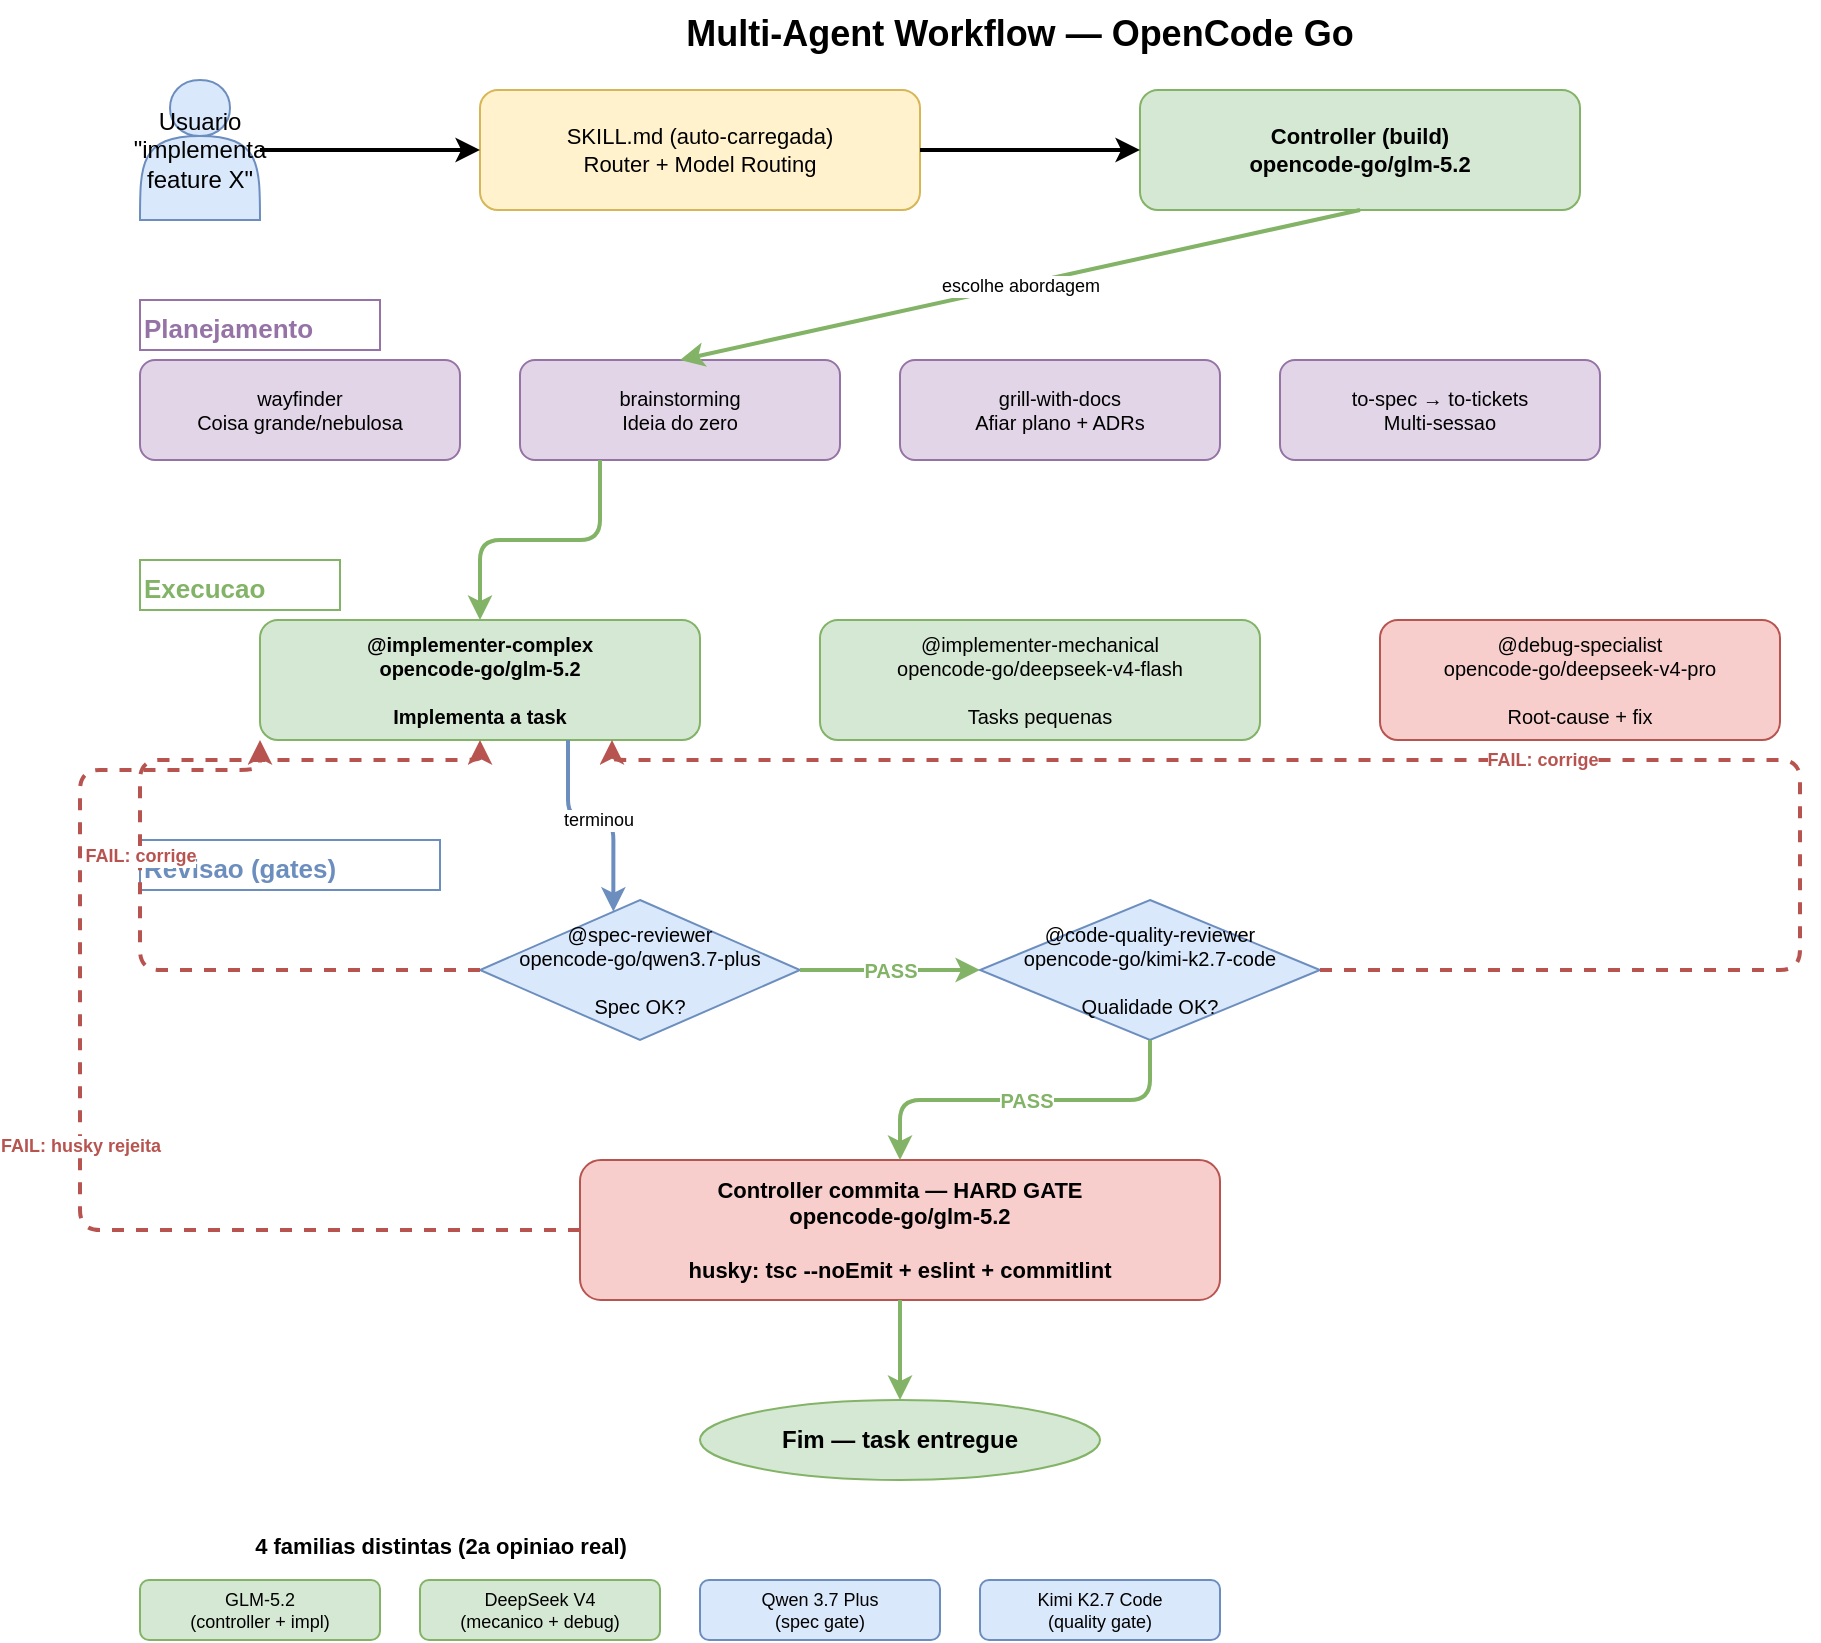
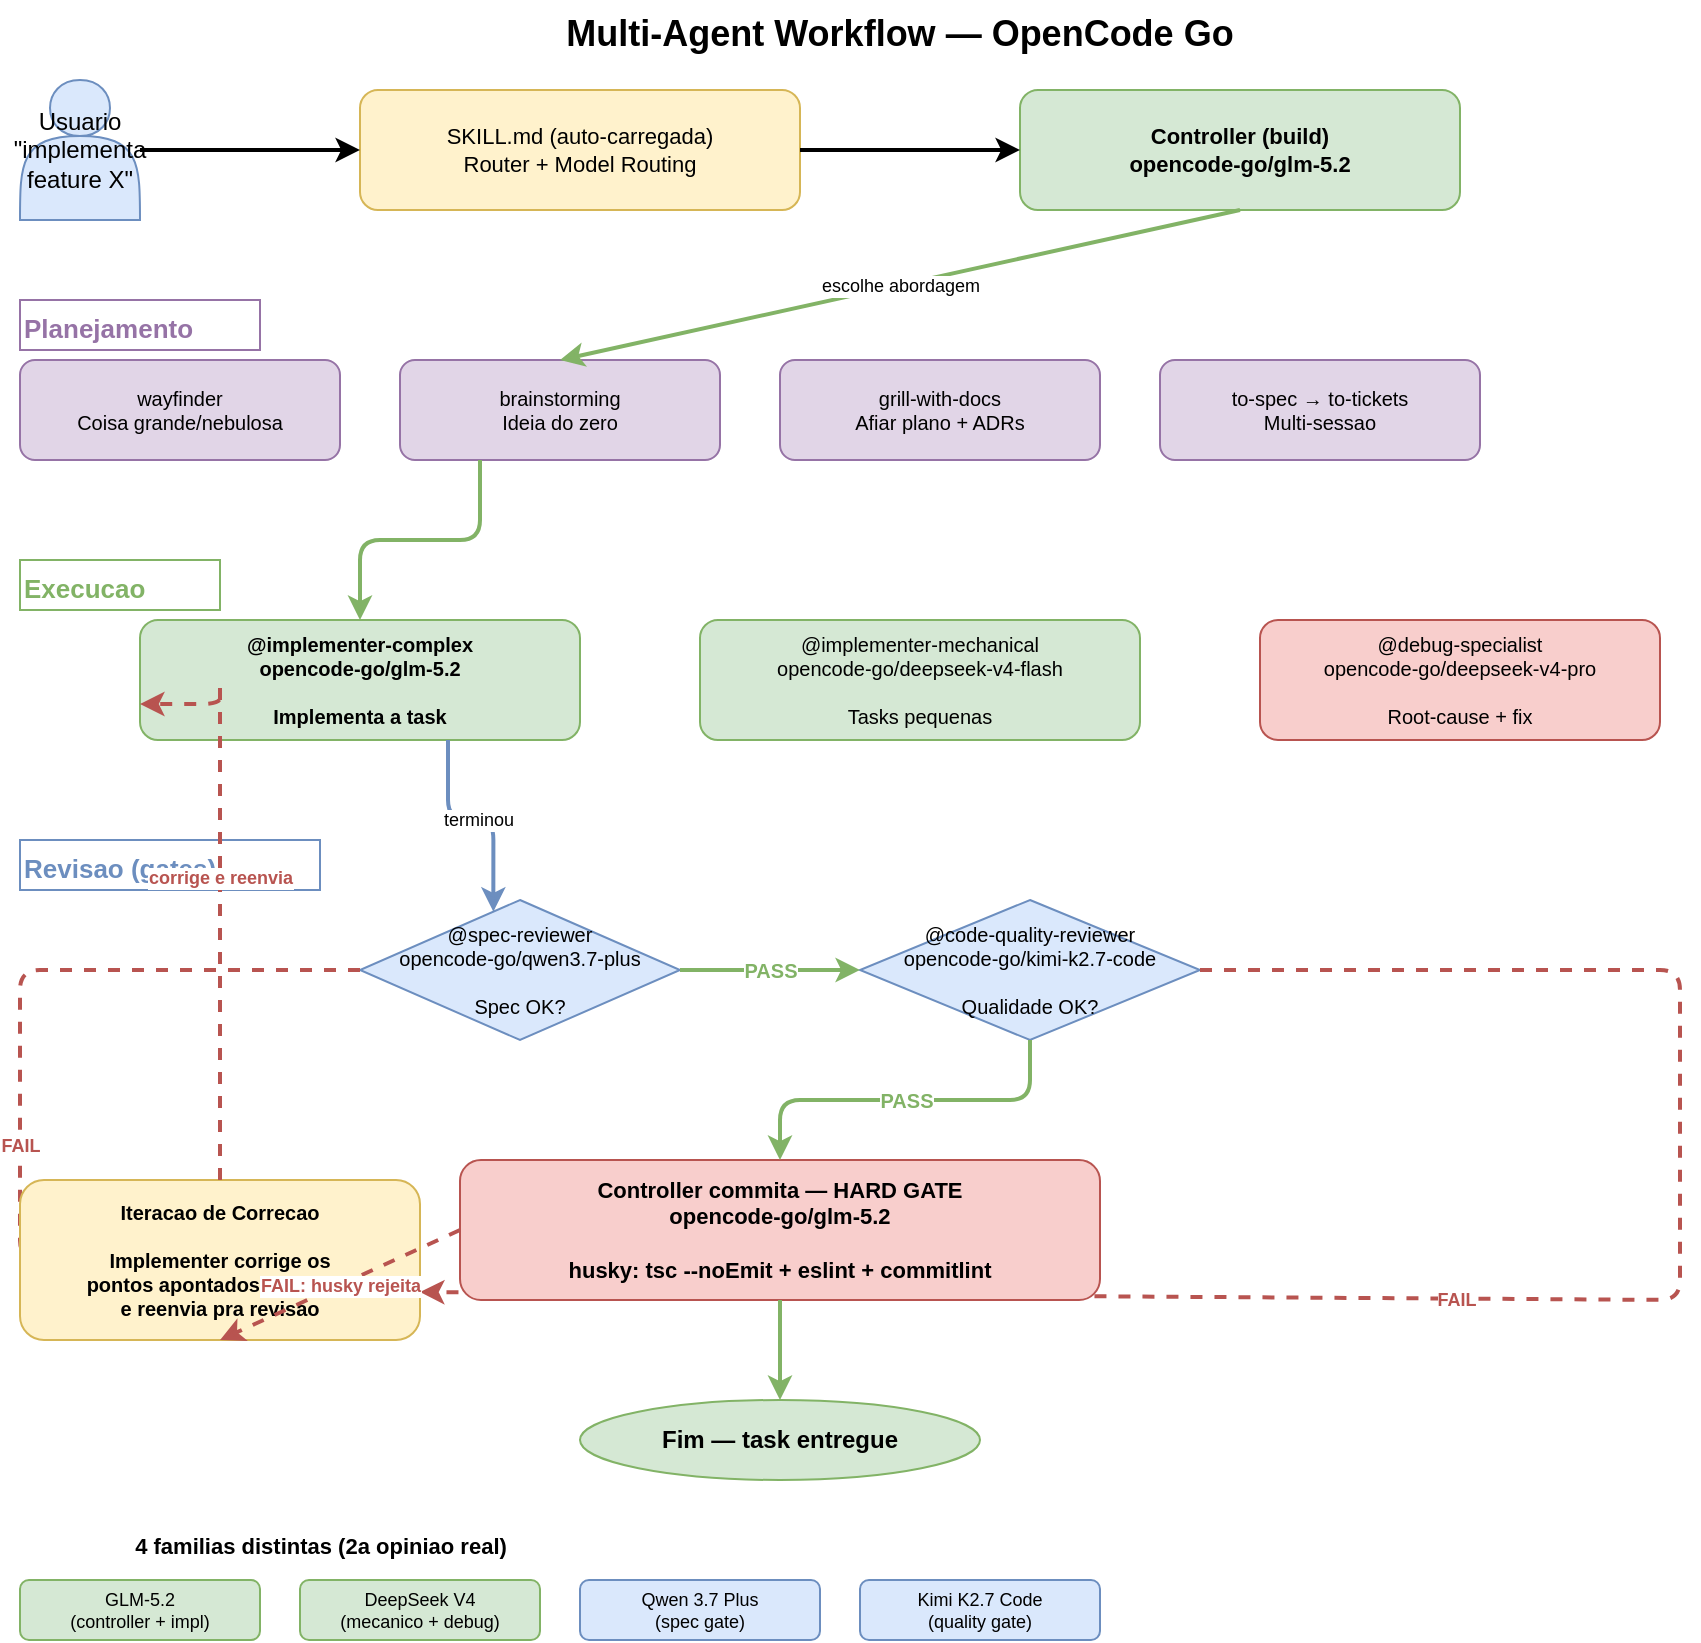
<mxfile host="app.diagrams.net" agent="opencode" version="26.0.0">
  <diagram name="Multi-Agent Workflow" id="multi-agent-workflow">
    <mxGraphModel dx="1200" dy="900" grid="1" gridSize="10" guides="1" tooltips="1" connect="1" arrows="1" fold="1" page="1" pageScale="1" pageWidth="1100" pageHeight="850" math="0" shadow="0">
      <root>
        <mxCell id="0" />
        <mxCell id="1" parent="0" />

        <!-- Title -->
        <mxCell id="title" value="Multi-Agent Workflow — OpenCode Go" style="text;html=1;fontSize=18;fontStyle=1;align=center;whiteSpace=wrap;" vertex="1" parent="1">
          <mxGeometry x="250" y="10" width="500" height="30" as="geometry" />
        </mxCell>

        <!-- ===================== TOP: ENTRY ===================== -->

        <!-- User -->
        <mxCell id="user" value="Usuario&#xa;&quot;implementa feature X&quot;" style="shape=actor;whiteSpace=wrap;html=1;fontSize=12;fillColor=#dae8fc;strokeColor=#6c8ebf;" vertex="1" parent="1">
          <mxGeometry x="60" y="50" width="60" height="70" as="geometry" />
        </mxCell>

        <!-- Skill auto-load -->
        <mxCell id="skill" value="SKILL.md (auto-carregada)&#xa;Router + Model Routing" style="rounded=1;whiteSpace=wrap;html=1;fontSize=11;fillColor=#fff2cc;strokeColor=#d6b656;align=center;" vertex="1" parent="1">
          <mxGeometry x="230" y="55" width="220" height="60" as="geometry" />
        </mxCell>

        <!-- Controller -->
        <mxCell id="controller" value="Controller (build)&#xa;opencode-go/glm-5.2" style="rounded=1;whiteSpace=wrap;html=1;fontSize=11;fillColor=#d5e8d4;strokeColor=#82b366;fontStyle=1;" vertex="1" parent="1">
          <mxGeometry x="560" y="55" width="220" height="60" as="geometry" />
        </mxCell>

        <!-- Arrows top -->
        <mxCell id="e1" style="rounded=1;html=1;strokeWidth=2;exitX=1;exitY=0.5;entryX=0;entryY=0.5;" edge="1" parent="1" source="user" target="skill">
          <mxGeometry relative="1" as="geometry" />
        </mxCell>
        <mxCell id="e2" style="rounded=1;html=1;strokeWidth=2;exitX=1;exitY=0.5;entryX=0;entryY=0.5;" edge="1" parent="1" source="skill" target="controller">
          <mxGeometry relative="1" as="geometry" />
        </mxCell>

        <!-- ===================== PLANNING (purple row) ===================== -->

        <mxCell id="pl_label" value="Planejamento" style="text;html=1;fontSize=13;fontStyle=1;fillColor=none;strokeColor=#9673a6;fontColor=#9673a6;fontAlign=left;" vertex="1" parent="1">
          <mxGeometry x="60" y="160" width="120" height="25" as="geometry" />
        </mxCell>

        <mxCell id="wayfinder" value="wayfinder&#xa;Coisa grande/nebulosa" style="rounded=1;whiteSpace=wrap;html=1;fontSize=10;fillColor=#e1d5e7;strokeColor=#9673a6;" vertex="1" parent="1">
          <mxGeometry x="60" y="190" width="160" height="50" as="geometry" />
        </mxCell>
        <mxCell id="brainstorm" value="brainstorming&#xa;Ideia do zero" style="rounded=1;whiteSpace=wrap;html=1;fontSize=10;fillColor=#e1d5e7;strokeColor=#9673a6;" vertex="1" parent="1">
          <mxGeometry x="250" y="190" width="160" height="50" as="geometry" />
        </mxCell>
        <mxCell id="grill" value="grill-with-docs&#xa;Afiar plano + ADRs" style="rounded=1;whiteSpace=wrap;html=1;fontSize=10;fillColor=#e1d5e7;strokeColor=#9673a6;" vertex="1" parent="1">
          <mxGeometry x="440" y="190" width="160" height="50" as="geometry" />
        </mxCell>
        <mxCell id="tospec" value="to-spec → to-tickets&#xa;Multi-sessao" style="rounded=1;whiteSpace=wrap;html=1;fontSize=10;fillColor=#e1d5e7;strokeColor=#9673a6;" vertex="1" parent="1">
          <mxGeometry x="630" y="190" width="160" height="50" as="geometry" />
        </mxCell>

        <!-- Arrow controller -> planning (decision: escolhe) -->
        <mxCell id="e3" style="rounded=1;html=1;strokeWidth=2;strokeColor=#82b366;exitX=0.5;exitY=1;entryX=0.5;entryY=0;" edge="1" parent="1" source="controller" target="brainstorm">
          <mxGeometry relative="1" as="geometry" />
        </mxCell>
        <mxCell id="e3l" value="escolhe abordagem" style="edgeLabel;html=1;align=center;verticalAlign=middle;fontSize=9;" vertex="1" connectable="0" parent="e3">
          <mxGeometry relative="1" as="geometry" />
        </mxCell>

        <!-- ===================== EXECUCAO (green row) ===================== -->

        <mxCell id="ex_label" value="Execucao" style="text;html=1;fontSize=13;fontStyle=1;fillColor=none;strokeColor=#82b366;fontColor=#82b366;fontAlign=left;" vertex="1" parent="1">
          <mxGeometry x="60" y="290" width="100" height="25" as="geometry" />
        </mxCell>

        <mxCell id="impl_complex" value="@implementer-complex&#xa;opencode-go/glm-5.2&#xa;&#xa;Implementa a task" style="rounded=1;whiteSpace=wrap;html=1;fontSize=10;fillColor=#d5e8d4;strokeColor=#82b366;fontStyle=1;" vertex="1" parent="1">
          <mxGeometry x="120" y="320" width="220" height="60" as="geometry" />
        </mxCell>
        <mxCell id="impl_mech" value="@implementer-mechanical&#xa;opencode-go/deepseek-v4-flash&#xa;&#xa;Tasks pequenas" style="rounded=1;whiteSpace=wrap;html=1;fontSize=10;fillColor=#d5e8d4;strokeColor=#82b366;" vertex="1" parent="1">
          <mxGeometry x="400" y="320" width="220" height="60" as="geometry" />
        </mxCell>
        <mxCell id="debug" value="@debug-specialist&#xa;opencode-go/deepseek-v4-pro&#xa;&#xa;Root-cause + fix" style="rounded=1;whiteSpace=wrap;html=1;fontSize=10;fillColor=#f8cecc;strokeColor=#b85450;" vertex="1" parent="1">
          <mxGeometry x="680" y="320" width="200" height="60" as="geometry" />
        </mxCell>

        <!-- Arrow planning -> impl (depois de planejar, executa) -->
        <mxCell id="e4" style="rounded=1;html=1;strokeWidth=2;strokeColor=#82b366;edgeStyle=orthogonalEdgeStyle;exitX=0.25;exitY=1;entryX=0.5;entryY=0;" edge="1" parent="1" source="brainstorm" target="impl_complex">
          <mxGeometry relative="1" as="geometry" />
        </mxCell>

        <!-- ===================== REVISAO (blue row) ===================== -->

        <mxCell id="rev_label" value="Revisao (gates)" style="text;html=1;fontSize=13;fontStyle=1;fillColor=none;strokeColor=#6c8ebf;fontColor=#6c8ebf;fontAlign=left;" vertex="1" parent="1">
          <mxGeometry x="60" y="430" width="150" height="25" as="geometry" />
        </mxCell>

        <mxCell id="spec_rev" value="@spec-reviewer&#xa;opencode-go/qwen3.7-plus&#xa;&#xa;Spec OK?" style="rhombus;whiteSpace=wrap;html=1;fontSize=10;fillColor=#dae8fc;strokeColor=#6c8ebf;" vertex="1" parent="1">
          <mxGeometry x="230" y="460" width="160" height="70" as="geometry" />
        </mxCell>
        <mxCell id="cq_rev" value="@code-quality-reviewer&#xa;opencode-go/kimi-k2.7-code&#xa;&#xa;Qualidade OK?" style="rhombus;whiteSpace=wrap;html=1;fontSize=10;fillColor=#dae8fc;strokeColor=#6c8ebf;" vertex="1" parent="1">
          <mxGeometry x="480" y="460" width="170" height="70" as="geometry" />
        </mxCell>

        <!-- Arrows: impl -> spec -->
        <mxCell id="e5" style="rounded=1;html=1;strokeWidth=2;strokeColor=#6c8ebf;edgeStyle=orthogonalEdgeStyle;exitX=0.7;exitY=1;entryX=0.4;entryY=0;" edge="1" parent="1" source="impl_complex" target="spec_rev">
          <mxGeometry relative="1" as="geometry" />
        </mxCell>
        <mxCell id="e5l" value="terminou" style="edgeLabel;html=1;align=center;verticalAlign=middle;fontSize=9;" vertex="1" connectable="0" parent="e5">
          <mxGeometry relative="1" as="geometry" />
        </mxCell>

        <!-- spec -> cq (PASS) -->
        <mxCell id="e6" style="rounded=1;html=1;strokeWidth=2;strokeColor=#82b366;exitX=1;exitY=0.5;entryX=0;entryY=0.5;" edge="1" parent="1" source="spec_rev" target="cq_rev">
          <mxGeometry relative="1" as="geometry" />
        </mxCell>
        <mxCell id="e6l" value="PASS" style="edgeLabel;html=1;align=center;verticalAlign=middle;fontSize=10;fontColor=#82b366;fontStyle=1;" vertex="1" connectable="0" parent="e6">
          <mxGeometry relative="1" as="geometry" />
        </mxCell>

-         <!-- spec FAIL -> back to impl (dashed red, left curve) -->
-         <mxCell id="e7" style="rounded=1;html=1;strokeWidth=2;strokeColor=#b85450;dashed=1;edgeStyle=orthogonalEdgeStyle;exitX=0;exitY=0.5;entryX=0.5;entryY=1;" edge="1" parent="1" source="spec_rev" target="impl_complex">
+         <!-- spec FAIL -> iteration box -->
+         <mxCell id="e7" style="rounded=1;html=1;strokeWidth=2;strokeColor=#b85450;dashed=1;exitX=0;exitY=0.5;entryX=1;entryY=0.3;" edge="1" parent="1" source="spec_rev" target="iter_box">
          <mxGeometry relative="1" as="geometry">
            <Array as="points">
              <mxPoint x="60" y="495" />
-               <mxPoint x="60" y="390" />
-               <mxPoint x="230" y="390" />
+               <mxPoint x="60" y="640" />
            </Array>
          </mxGeometry>
        </mxCell>
-         <mxCell id="e7l" value="FAIL: corrige" style="edgeLabel;html=1;align=center;verticalAlign=middle;fontSize=9;fontColor=#b85450;fontStyle=1;" vertex="1" connectable="0" parent="e7">
-           <mxGeometry relative="1" as="geometry" />
-         </mxCell>
- 
-         <!-- cq FAIL -> back to impl (dashed red, right curve) -->
-         <mxCell id="e8" style="rounded=1;html=1;strokeWidth=2;strokeColor=#b85450;dashed=1;edgeStyle=orthogonalEdgeStyle;exitX=1;exitY=0.5;entryX=0.8;entryY=1;" edge="1" parent="1" source="cq_rev" target="impl_complex">
+         <mxCell id="e7l" value="FAIL" style="edgeLabel;html=1;align=center;verticalAlign=middle;fontSize=9;fontColor=#b85450;fontStyle=1;" vertex="1" connectable="0" parent="e7">
+           <mxGeometry relative="1" as="geometry" />
+         </mxCell>
+ 
+         <!-- cq FAIL -> iteration box -->
+         <mxCell id="e8" style="rounded=1;html=1;strokeWidth=2;strokeColor=#b85450;dashed=1;exitX=1;exitY=0.5;entryX=1;entryY=0.7;" edge="1" parent="1" source="cq_rev" target="iter_box">
          <mxGeometry relative="1" as="geometry">
            <Array as="points">
              <mxPoint x="890" y="495" />
-               <mxPoint x="890" y="390" />
-               <mxPoint x="296" y="390" />
+               <mxPoint x="890" y="660" />
            </Array>
          </mxGeometry>
        </mxCell>
-         <mxCell id="e8l" value="FAIL: corrige" style="edgeLabel;html=1;align=center;verticalAlign=middle;fontSize=9;fontColor=#b85450;fontStyle=1;" vertex="1" connectable="0" parent="e8">
+         <mxCell id="e8l" value="FAIL" style="edgeLabel;html=1;align=center;verticalAlign=middle;fontSize=9;fontColor=#b85450;fontStyle=1;" vertex="1" connectable="0" parent="e8">
+           <mxGeometry relative="1" as="geometry" />
+         </mxCell>
+ 
+         <!-- Iteration box (between revisao and commit, left side) -->
+         <mxCell id="iter_box" value="Iteracao de Correcao&#xa;&#xa;Implementer corrige os&#xa;pontos apontados pelo gate&#xa;e reenvia pra revisao" style="rounded=1;whiteSpace=wrap;html=1;fontSize=10;fillColor=#fff2cc;strokeColor=#d6b656;fontStyle=1;" vertex="1" parent="1">
+           <mxGeometry x="60" y="600" width="200" height="80" as="geometry" />
+         </mxCell>
+ 
+         <!-- Arrow iter_box -> back to impl_complex -->
+         <mxCell id="e_iter1" style="rounded=1;html=1;strokeWidth=2;strokeColor=#b85450;dashed=1;edgeStyle=orthogonalEdgeStyle;exitX=0.5;exitY=0;entryX=0;entryY=0.7;" edge="1" parent="1" source="iter_box" target="impl_complex">
+           <mxGeometry relative="1" as="geometry">
+             <Array as="points">
+               <mxPoint x="160" y="350" />
+               <mxPoint x="160" y="362" />
+               <mxPoint x="120" y="362" />
+             </Array>
+           </mxGeometry>
+         </mxCell>
+         <mxCell id="e_iter1l" value="corrige e reenvia" style="edgeLabel;html=1;align=center;verticalAlign=middle;fontSize=9;fontColor=#b85450;fontStyle=1;" vertex="1" connectable="0" parent="e_iter1">
          <mxGeometry relative="1" as="geometry" />
        </mxCell>

        <!-- ===================== COMMIT (hard gate, red) ===================== -->

        <mxCell id="commit" value="Controller commita — HARD GATE&#xa;opencode-go/glm-5.2&#xa;&#xa;husky: tsc --noEmit + eslint + commitlint" style="rounded=1;whiteSpace=wrap;html=1;fontSize=11;fillColor=#f8cecc;strokeColor=#b85450;fontStyle=1;" vertex="1" parent="1">
          <mxGeometry x="280" y="590" width="320" height="70" as="geometry" />
        </mxCell>

        <!-- Arrow cq PASS -> commit -->
        <mxCell id="e9" style="rounded=1;html=1;strokeWidth=2;strokeColor=#82b366;edgeStyle=orthogonalEdgeStyle;exitX=0.5;exitY=1;entryX=0.5;entryY=0;" edge="1" parent="1" source="cq_rev" target="commit">
          <mxGeometry relative="1" as="geometry" />
        </mxCell>
        <mxCell id="e9l" value="PASS" style="edgeLabel;html=1;align=center;verticalAlign=middle;fontSize=10;fontColor=#82b366;fontStyle=1;" vertex="1" connectable="0" parent="e9">
          <mxGeometry relative="1" as="geometry" />
        </mxCell>

        <!-- ===================== END ===================== -->

        <mxCell id="end" value="Fim — task entregue" style="ellipse;whiteSpace=wrap;html=1;fontSize=12;fillColor=#d5e8d4;strokeColor=#82b366;fontStyle=1;" vertex="1" parent="1">
          <mxGeometry x="340" y="710" width="200" height="40" as="geometry" />
        </mxCell>

        <!-- Arrow commit -> end -->
        <mxCell id="e10" style="rounded=1;html=1;strokeWidth=2;strokeColor=#82b366;exitX=0.5;exitY=1;entryX=0.5;entryY=0;" edge="1" parent="1" source="commit" target="end">
          <mxGeometry relative="1" as="geometry" />
        </mxCell>

-         <!-- commit FAIL -> back to impl -->
-         <mxCell id="e11" style="rounded=1;html=1;strokeWidth=2;strokeColor=#b85450;dashed=1;edgeStyle=orthogonalEdgeStyle;exitX=0;exitY=0.5;entryX=0;entryY=1;" edge="1" parent="1" source="commit" target="impl_complex">
-           <mxGeometry relative="1" as="geometry">
-             <Array as="points">
-               <mxPoint x="30" y="625" />
-               <mxPoint x="30" y="395" />
-               <mxPoint x="120" y="395" />
-             </Array>
-           </mxGeometry>
+         <!-- commit FAIL -> iteration box -->
+         <mxCell id="e11" style="rounded=1;html=1;strokeWidth=2;strokeColor=#b85450;dashed=1;exitX=0;exitY=0.5;entryX=0.5;entryY=1;" edge="1" parent="1" source="commit" target="iter_box">
+           <mxGeometry relative="1" as="geometry" />
        </mxCell>
        <mxCell id="e11l" value="FAIL: husky rejeita" style="edgeLabel;html=1;align=center;verticalAlign=middle;fontSize=9;fontColor=#b85450;fontStyle=1;" vertex="1" connectable="0" parent="e11">
          <mxGeometry relative="1" as="geometry" />
        </mxCell>

        <!-- ===================== BADGES ===================== -->

        <mxCell id="badge_title" value="4 familias distintas (2a opiniao real)" style="text;html=1;fontSize=11;fontStyle=1;align=center;fillColor=none;strokeColor=none;" vertex="1" parent="1">
          <mxGeometry x="60" y="770" width="300" height="25" as="geometry" />
        </mxCell>
        <mxCell id="b1" value="GLM-5.2&#xa;(controller + impl)" style="rounded=1;whiteSpace=wrap;html=1;fontSize=9;fillColor=#d5e8d4;strokeColor=#82b366;" vertex="1" parent="1">
          <mxGeometry x="60" y="800" width="120" height="30" as="geometry" />
        </mxCell>
        <mxCell id="b2" value="DeepSeek V4&#xa;(mecanico + debug)" style="rounded=1;whiteSpace=wrap;html=1;fontSize=9;fillColor=#d5e8d4;strokeColor=#82b366;" vertex="1" parent="1">
          <mxGeometry x="200" y="800" width="120" height="30" as="geometry" />
        </mxCell>
        <mxCell id="b3" value="Qwen 3.7 Plus&#xa;(spec gate)" style="rounded=1;whiteSpace=wrap;html=1;fontSize=9;fillColor=#dae8fc;strokeColor=#6c8ebf;" vertex="1" parent="1">
          <mxGeometry x="340" y="800" width="120" height="30" as="geometry" />
        </mxCell>
        <mxCell id="b4" value="Kimi K2.7 Code&#xa;(quality gate)" style="rounded=1;whiteSpace=wrap;html=1;fontSize=9;fillColor=#dae8fc;strokeColor=#6c8ebf;" vertex="1" parent="1">
          <mxGeometry x="480" y="800" width="120" height="30" as="geometry" />
        </mxCell>

      </root>
    </mxGraphModel>
  </diagram>
</mxfile>